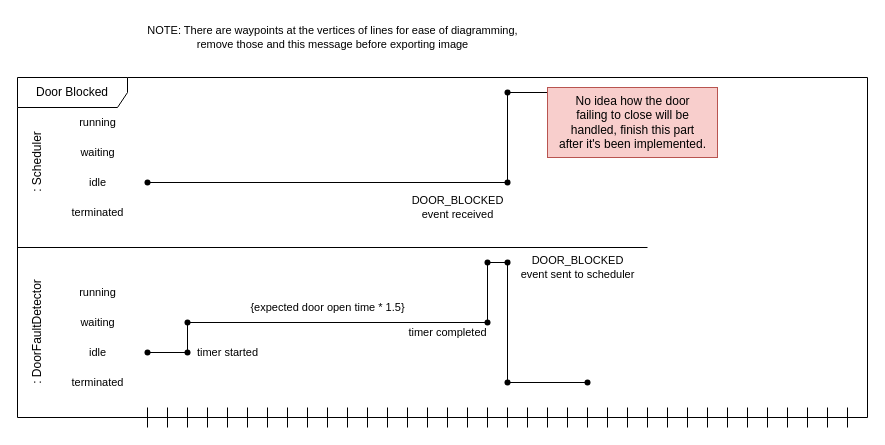
robsim378/sysc_3303_project keeps this draw.io diagram as UML_Diagrams/UML_Timing_Diagram-Door_Blocked.drawio. Above is the earlier version. Source tidied: cells renumbered, new cells numbered last; positions are measured from the earlier drawing's top-left corner, leaving out a move shared by most shapes. Both pictures are drawn from the tidied source at 100%, with x=0, y=0 at pixel (-28, 17).
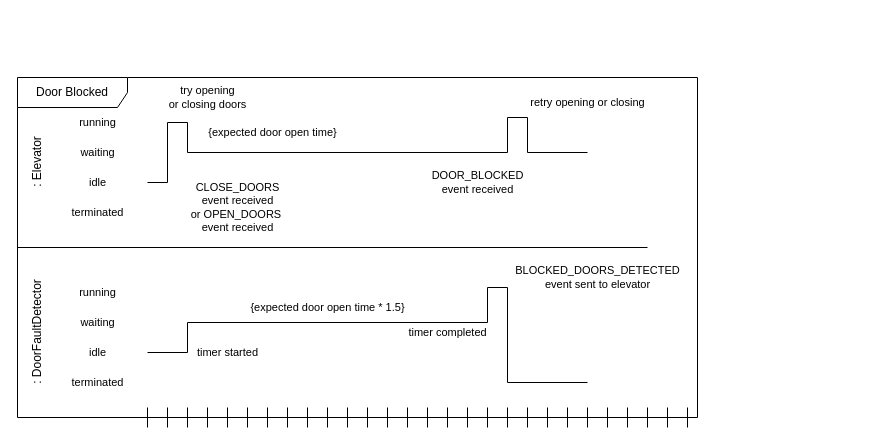
Above is the later version.

Commit message (it also covers changes not shown here):
update doors blocked timing diagram

The edit, as a diff of the source:
```diff
@@
     <mxCell id="2" value="Door Blocked" style="shape=umlFrame;whiteSpace=wrap;html=1;width=110;height=30;" parent="1" vertex="1">
-      <mxGeometry x="45" y="60" width="850" height="340" as="geometry" />
+      <mxGeometry x="45" y="60" width="680" height="340" as="geometry" />
     </mxCell>
@@
-    <mxCell id="21" style="edgeStyle=none;shape=connector;rounded=0;jettySize=auto;html=1;labelBackgroundColor=default;strokeColor=default;fontFamily=Helvetica;fontSize=11;fontColor=default;endArrow=none;endFill=0;exitX=0.517;exitY=0.633;exitDx=0;exitDy=0;exitPerimeter=0;" parent="1" edge="1" source="40" target="41">
-      <mxGeometry relative="1" as="geometry" />
+    <mxCell id="21" style="edgeStyle=none;shape=connector;rounded=0;orthogonalLoop=1;jettySize=auto;html=1;labelBackgroundColor=default;strokeColor=default;fontFamily=Helvetica;fontSize=11;fontColor=default;endArrow=none;endFill=0;exitX=0.517;exitY=0.633;exitDx=0;exitDy=0;exitPerimeter=0;" parent="1" edge="1">
+      <mxGeometry relative="1" as="geometry">
+        <mxPoint x="175" y="335" as="sourcePoint" />
+        <mxPoint x="215" y="335" as="targetPoint" />
+      </mxGeometry>
     </mxCell>
@@
-    <mxCell id="26" style="edgeStyle=none;shape=connector;rounded=0;jettySize=auto;html=1;labelBackgroundColor=default;strokeColor=default;fontFamily=Helvetica;fontSize=11;fontColor=default;endArrow=none;endFill=0;" parent="1" edge="1" source="49" target="52">
-      <mxGeometry relative="1" as="geometry" />
+    <mxCell id="26" style="edgeStyle=none;shape=connector;rounded=0;orthogonalLoop=1;jettySize=auto;html=1;labelBackgroundColor=default;strokeColor=default;fontFamily=Helvetica;fontSize=11;fontColor=default;endArrow=none;endFill=0;" parent="1" edge="1">
+      <mxGeometry relative="1" as="geometry">
+        <mxPoint x="215" y="135" as="sourcePoint" />
+        <mxPoint x="535" y="135" as="targetPoint" />
+      </mxGeometry>
     </mxCell>
-    <mxCell id="27" value="&lt;div&gt;: Scheduler&lt;br&gt;&lt;/div&gt;" style="text;html=1;align=center;verticalAlign=middle;strokeColor=none;fillColor=none;rotation=-90;" parent="1" vertex="1">
-      <mxGeometry x="25" y="130" width="80" height="30" as="geometry" />
+    <mxCell id="27" value="&lt;div&gt;: Elevator&lt;br&gt;&lt;/div&gt;" style="text;html=1;align=center;verticalAlign=middle;strokeColor=none;fillColor=none;rotation=-90;" parent="1" vertex="1">
+      <mxGeometry x="30" y="130" width="70" height="30" as="geometry" />
     </mxCell>
-    <mxCell id="28" style="edgeStyle=none;shape=connector;rounded=0;jettySize=auto;html=1;labelBackgroundColor=default;strokeColor=default;fontFamily=Helvetica;fontSize=11;fontColor=default;endArrow=none;endFill=0;exitX=0.4;exitY=0.433;exitDx=0;exitDy=0;exitPerimeter=0;entryX=0;entryY=0;entryDx=0;entryDy=0;entryPerimeter=0;" parent="1" edge="1" source="43" target="46">
-      <mxGeometry relative="1" as="geometry" />
+    <mxCell id="28" style="edgeStyle=none;shape=connector;rounded=0;orthogonalLoop=1;jettySize=auto;html=1;labelBackgroundColor=default;strokeColor=default;fontFamily=Helvetica;fontSize=11;fontColor=default;endArrow=none;endFill=0;exitX=0.4;exitY=0.433;exitDx=0;exitDy=0;exitPerimeter=0;entryX=0;entryY=0;entryDx=0;entryDy=0;entryPerimeter=0;" parent="1" edge="1">
+      <mxGeometry relative="1" as="geometry">
+        <mxPoint x="215" y="305" as="sourcePoint" />
+        <mxPoint x="515" y="305" as="targetPoint" />
+      </mxGeometry>
     </mxCell>
@@
-    <mxCell id="30" style="edgeStyle=none;shape=connector;rounded=0;jettySize=auto;html=1;labelBackgroundColor=default;strokeColor=default;fontFamily=Helvetica;fontSize=11;fontColor=default;endArrow=none;endFill=0;" parent="1" edge="1" source="46" target="48">
-      <mxGeometry relative="1" as="geometry" />
+    <mxCell id="30" style="edgeStyle=none;shape=connector;rounded=0;orthogonalLoop=1;jettySize=auto;html=1;labelBackgroundColor=default;strokeColor=default;fontFamily=Helvetica;fontSize=11;fontColor=default;endArrow=none;endFill=0;" parent="1" edge="1">
+      <mxGeometry relative="1" as="geometry">
+        <mxPoint x="515" y="305" as="sourcePoint" />
+        <mxPoint x="515" y="270" as="targetPoint" />
+      </mxGeometry>
     </mxCell>
@@
-    <mxCell id="32" style="edgeStyle=none;shape=connector;rounded=0;jettySize=auto;html=1;labelBackgroundColor=default;strokeColor=default;fontFamily=Helvetica;fontSize=11;fontColor=default;endArrow=none;endFill=0;exitX=0.383;exitY=0.433;exitDx=0;exitDy=0;exitPerimeter=0;" parent="1" edge="1" source="48" target="44">
-      <mxGeometry relative="1" as="geometry" />
+    <mxCell id="32" style="edgeStyle=none;shape=connector;rounded=0;orthogonalLoop=1;jettySize=auto;html=1;labelBackgroundColor=default;strokeColor=default;fontFamily=Helvetica;fontSize=11;fontColor=default;endArrow=none;endFill=0;exitX=0.383;exitY=0.433;exitDx=0;exitDy=0;exitPerimeter=0;" parent="1" edge="1">
+      <mxGeometry relative="1" as="geometry">
+        <mxPoint x="515" y="270" as="sourcePoint" />
+        <mxPoint x="535" y="270" as="targetPoint" />
+      </mxGeometry>
     </mxCell>
-    <mxCell id="33" style="edgeStyle=none;shape=connector;rounded=0;jettySize=auto;html=1;labelBackgroundColor=default;strokeColor=default;fontFamily=Helvetica;fontSize=11;fontColor=default;endArrow=none;endFill=0;" parent="1" edge="1" source="44" target="47">
-      <mxGeometry relative="1" as="geometry" />
+    <mxCell id="33" style="edgeStyle=none;shape=connector;rounded=0;orthogonalLoop=1;jettySize=auto;html=1;labelBackgroundColor=default;strokeColor=default;fontFamily=Helvetica;fontSize=11;fontColor=default;endArrow=none;endFill=0;" parent="1" edge="1">
+      <mxGeometry relative="1" as="geometry">
+        <mxPoint x="535" y="270" as="sourcePoint" />
+        <mxPoint x="535" y="365" as="targetPoint" />
+      </mxGeometry>
     </mxCell>
-    <mxCell id="34" value="&lt;div&gt;DOOR_BLOCKED&lt;/div&gt;&lt;div&gt;event sent to scheduler&lt;br&gt;&lt;/div&gt;" style="text;html=1;align=center;verticalAlign=middle;strokeColor=none;fillColor=none;fontSize=11;fontFamily=Helvetica;fontColor=default;" parent="1" vertex="1">
-      <mxGeometry x="535" y="230" width="140" height="40" as="geometry" />
+    <mxCell id="34" value="&lt;div&gt;BLOCKED_DOORS_DETECTED&lt;/div&gt;&lt;div&gt;event sent to elevator&lt;br&gt;&lt;/div&gt;" style="text;html=1;align=center;verticalAlign=middle;strokeColor=none;fillColor=none;fontSize=11;fontFamily=Helvetica;fontColor=default;" parent="1" vertex="1">
+      <mxGeometry x="530" y="240" width="190" height="40" as="geometry" />
     </mxCell>
@@
-    <mxCell id="36" style="edgeStyle=none;shape=connector;rounded=0;jettySize=auto;html=1;labelBackgroundColor=default;strokeColor=default;fontFamily=Helvetica;fontSize=11;fontColor=default;endArrow=none;endFill=0;exitX=0.664;exitY=0.544;exitDx=0;exitDy=0;exitPerimeter=0;" parent="1" edge="1" source="52" target="51">
-      <mxGeometry relative="1" as="geometry" />
+    <mxCell id="36" style="edgeStyle=none;shape=connector;rounded=0;orthogonalLoop=1;jettySize=auto;html=1;labelBackgroundColor=default;strokeColor=default;fontFamily=Helvetica;fontSize=11;fontColor=default;endArrow=none;endFill=0;exitX=0.664;exitY=0.544;exitDx=0;exitDy=0;exitPerimeter=0;" parent="1" edge="1">
+      <mxGeometry relative="1" as="geometry">
+        <mxPoint x="535" y="135" as="sourcePoint" />
+        <mxPoint x="535" y="100" as="targetPoint" />
+      </mxGeometry>
     </mxCell>
-    <mxCell id="37" style="edgeStyle=none;shape=connector;rounded=0;jettySize=auto;html=1;labelBackgroundColor=default;strokeColor=default;fontFamily=Helvetica;fontSize=11;fontColor=default;endArrow=none;endFill=0;entryX=0.442;entryY=0.419;entryDx=0;entryDy=0;entryPerimeter=0;" parent="1" edge="1" source="51" target="50">
-      <mxGeometry relative="1" as="geometry" />
-    </mxCell>
     <mxCell id="38" value="&lt;div&gt;DOOR_BLOCKED&lt;/div&gt;&lt;div&gt;event received&lt;br&gt;&lt;/div&gt;" style="text;html=1;align=center;verticalAlign=middle;strokeColor=none;fillColor=none;fontSize=11;fontFamily=Helvetica;fontColor=default;" parent="1" vertex="1">
-      <mxGeometry x="425" y="170" width="120" height="40" as="geometry" />
+      <mxGeometry x="445" y="145" width="120" height="40" as="geometry" />
     </mxCell>
-    <mxCell id="39" style="edgeStyle=none;shape=connector;rounded=0;jettySize=auto;html=1;labelBackgroundColor=default;strokeColor=default;fontFamily=Helvetica;fontSize=11;fontColor=default;endArrow=none;endFill=0;exitX=0.371;exitY=0.496;exitDx=0;exitDy=0;exitPerimeter=0;entryX=0.535;entryY=0.621;entryDx=0;entryDy=0;entryPerimeter=0;" parent="1" edge="1" source="47" target="45">
-      <mxGeometry relative="1" as="geometry" />
+    <mxCell id="39" style="edgeStyle=none;shape=connector;rounded=0;orthogonalLoop=1;jettySize=auto;html=1;labelBackgroundColor=default;strokeColor=default;fontFamily=Helvetica;fontSize=11;fontColor=default;endArrow=none;endFill=0;exitX=0.371;exitY=0.496;exitDx=0;exitDy=0;exitPerimeter=0;entryX=0.535;entryY=0.621;entryDx=0;entryDy=0;entryPerimeter=0;" parent="1" edge="1">
+      <mxGeometry relative="1" as="geometry">
+        <mxPoint x="535" y="365" as="sourcePoint" />
+        <mxPoint x="615" y="365" as="targetPoint" />
+      </mxGeometry>
     </mxCell>
-    <mxCell id="40" style="shape=waypoint;sketch=0;fillStyle=solid;size=6;points=[];fillColor=none;perimeter=centerPerimeter;snapToPoint=1;fontFamily=Helvetica;fontSize=11;fontColor=default;" parent="1" vertex="1">
-      <mxGeometry x="165" y="325" width="20" height="20" as="geometry" />
-    </mxCell>
-    <mxCell id="41" style="shape=waypoint;sketch=0;fillStyle=solid;size=6;points=[];fillColor=none;perimeter=centerPerimeter;snapToPoint=1;fontFamily=Helvetica;fontSize=11;fontColor=default;" parent="1" vertex="1">
-      <mxGeometry x="205" y="325" width="20" height="20" as="geometry" />
-    </mxCell>
-    <mxCell id="42" style="edgeStyle=none;shape=connector;rounded=0;jettySize=auto;html=1;labelBackgroundColor=default;strokeColor=default;fontFamily=Helvetica;fontSize=11;fontColor=default;endArrow=none;endFill=0;exitX=0.667;exitY=0.6;exitDx=0;exitDy=0;exitPerimeter=0;" parent="1" edge="1" source="41" target="43">
-      <mxGeometry relative="1" as="geometry" />
+    <mxCell id="42" style="edgeStyle=none;shape=connector;rounded=0;orthogonalLoop=1;jettySize=auto;html=1;labelBackgroundColor=default;strokeColor=default;fontFamily=Helvetica;fontSize=11;fontColor=default;endArrow=none;endFill=0;exitX=0.667;exitY=0.6;exitDx=0;exitDy=0;exitPerimeter=0;" parent="1" edge="1">
+      <mxGeometry relative="1" as="geometry">
+        <mxPoint x="215" y="335" as="sourcePoint" />
+        <mxPoint x="215" y="305" as="targetPoint" />
+      </mxGeometry>
     </mxCell>
-    <mxCell id="43" style="shape=waypoint;sketch=0;fillStyle=solid;size=6;points=[];fillColor=none;perimeter=centerPerimeter;snapToPoint=1;fontFamily=Helvetica;fontSize=11;fontColor=default;" parent="1" vertex="1">
-      <mxGeometry x="205" y="295" width="20" height="20" as="geometry" />
-    </mxCell>
-    <mxCell id="44" style="shape=waypoint;sketch=0;fillStyle=solid;size=6;points=[];fillColor=none;perimeter=centerPerimeter;snapToPoint=1;fontFamily=Helvetica;fontSize=11;fontColor=default;" parent="1" vertex="1">
-      <mxGeometry x="525" y="235" width="20" height="20" as="geometry" />
-    </mxCell>
-    <mxCell id="45" style="shape=waypoint;sketch=0;fillStyle=solid;size=6;points=[];fillColor=none;perimeter=centerPerimeter;snapToPoint=1;fontFamily=Helvetica;fontSize=11;fontColor=default;" parent="1" vertex="1">
-      <mxGeometry x="605" y="355" width="20" height="20" as="geometry" />
-    </mxCell>
-    <mxCell id="46" style="shape=waypoint;sketch=0;fillStyle=solid;size=6;points=[];fillColor=none;perimeter=centerPerimeter;snapToPoint=1;fontFamily=Helvetica;fontSize=11;fontColor=default;" parent="1" vertex="1">
-      <mxGeometry x="505" y="295" width="20" height="20" as="geometry" />
-    </mxCell>
-    <mxCell id="47" style="shape=waypoint;sketch=0;fillStyle=solid;size=6;points=[];fillColor=none;perimeter=centerPerimeter;snapToPoint=1;fontFamily=Helvetica;fontSize=11;fontColor=default;" parent="1" vertex="1">
-      <mxGeometry x="525" y="355" width="20" height="20" as="geometry" />
-    </mxCell>
-    <mxCell id="48" style="shape=waypoint;sketch=0;fillStyle=solid;size=6;points=[];fillColor=none;perimeter=centerPerimeter;snapToPoint=1;fontFamily=Helvetica;fontSize=11;fontColor=default;" parent="1" vertex="1">
-      <mxGeometry x="505" y="235" width="20" height="20" as="geometry" />
-    </mxCell>
-    <mxCell id="49" style="shape=waypoint;sketch=0;fillStyle=solid;size=6;points=[];fillColor=none;perimeter=centerPerimeter;snapToPoint=1;fontFamily=Helvetica;fontSize=11;fontColor=default;" parent="1" vertex="1">
-      <mxGeometry x="165" y="155" width="20" height="20" as="geometry" />
-    </mxCell>
-    <mxCell id="50" style="shape=waypoint;sketch=0;fillStyle=solid;size=6;points=[];fillColor=none;perimeter=centerPerimeter;snapToPoint=1;fontFamily=Helvetica;fontSize=11;fontColor=default;" parent="1" vertex="1">
-      <mxGeometry x="605" y="65" width="20" height="20" as="geometry" />
-    </mxCell>
-    <mxCell id="51" style="shape=waypoint;sketch=0;fillStyle=solid;size=6;points=[];fillColor=none;perimeter=centerPerimeter;snapToPoint=1;fontFamily=Helvetica;fontSize=11;fontColor=default;" parent="1" vertex="1">
-      <mxGeometry x="525" y="65" width="20" height="20" as="geometry" />
-    </mxCell>
-    <mxCell id="52" style="shape=waypoint;sketch=0;fillStyle=solid;size=6;points=[];fillColor=none;perimeter=centerPerimeter;snapToPoint=1;fontFamily=Helvetica;fontSize=11;fontColor=default;" parent="1" vertex="1">
-      <mxGeometry x="525" y="155" width="20" height="20" as="geometry" />
-    </mxCell>
-    <mxCell id="53" value="&lt;div&gt;NOTE: There are waypoints at the vertices of lines for ease of diagramming, &lt;br&gt;&lt;/div&gt;&lt;div&gt;remove those and this message before exporting image&lt;/div&gt;" style="text;html=1;align=center;verticalAlign=middle;strokeColor=none;fillColor=none;fontSize=11;fontFamily=Helvetica;fontColor=default;" parent="1" vertex="1">
-      <mxGeometry x="165" width="390" height="40" as="geometry" />
-    </mxCell>
+    <mxCell id="61" style="edgeStyle=orthogonalEdgeStyle;rounded=0;orthogonalLoop=1;jettySize=auto;html=1;endArrow=none;endFill=0;" parent="1" edge="1">
+      <mxGeometry relative="1" as="geometry">
+        <mxPoint x="555" y="100" as="sourcePoint" />
+        <mxPoint x="555" y="135" as="targetPoint" />
+      </mxGeometry>
+    </mxCell>
+    <mxCell id="62" style="edgeStyle=orthogonalEdgeStyle;rounded=0;orthogonalLoop=1;jettySize=auto;html=1;entryX=0.57;entryY=0.626;entryDx=0;entryDy=0;entryPerimeter=0;endArrow=none;endFill=0;" parent="1" edge="1">
+      <mxGeometry relative="1" as="geometry">
+        <mxPoint x="535" y="100" as="sourcePoint" />
+        <mxPoint x="555" y="100" as="targetPoint" />
+      </mxGeometry>
+    </mxCell>
@@
-    <mxCell id="56" style="shape=crossbar;whiteSpace=wrap;html=1;rounded=1;" parent="1" vertex="1">
-      <mxGeometry x="735" y="390" width="20" height="20" as="geometry" />
-    </mxCell>
-    <mxCell id="57" style="shape=crossbar;whiteSpace=wrap;html=1;rounded=1;" parent="1" vertex="1">
-      <mxGeometry x="775" y="390" width="20" height="20" as="geometry" />
-    </mxCell>
-    <mxCell id="58" style="shape=crossbar;whiteSpace=wrap;html=1;rounded=1;" parent="1" vertex="1">
-      <mxGeometry x="815" y="390" width="20" height="20" as="geometry" />
-    </mxCell>
-    <mxCell id="59" style="shape=crossbar;whiteSpace=wrap;html=1;rounded=1;" parent="1" vertex="1">
-      <mxGeometry x="855" y="390" width="20" height="20" as="geometry" />
-    </mxCell>
-    <mxCell id="60" value="&lt;div&gt;No idea how the door&lt;/div&gt;&lt;div&gt;failing to close will be&lt;/div&gt;&lt;div&gt;handled, finish this part&lt;/div&gt;&lt;div&gt;after it's been implemented.&lt;br&gt;&lt;/div&gt;" style="text;html=1;align=center;verticalAlign=middle;strokeColor=#b85450;fillColor=#f8cecc;" parent="1" vertex="1">
-      <mxGeometry x="575" y="70" width="170" height="70" as="geometry" />
-    </mxCell>
+    <mxCell id="63" value="&lt;div&gt;CLOSE_DOORS&lt;/div&gt;&lt;div&gt;event received&lt;/div&gt;&lt;div&gt;or OPEN_DOORS&amp;nbsp;&lt;/div&gt;&lt;div&gt;event received&lt;/div&gt;" style="text;html=1;align=center;verticalAlign=middle;strokeColor=none;fillColor=none;fontSize=11;fontFamily=Helvetica;fontColor=default;" parent="1" vertex="1">
+      <mxGeometry x="205" y="155" width="120" height="70" as="geometry" />
+    </mxCell>
+    <mxCell id="64" style="edgeStyle=orthogonalEdgeStyle;rounded=0;orthogonalLoop=1;jettySize=auto;html=1;endArrow=none;endFill=0;entryX=0.536;entryY=0.4;entryDx=0;entryDy=0;entryPerimeter=0;" parent="1" edge="1">
+      <mxGeometry relative="1" as="geometry">
+        <mxPoint x="195" y="105" as="sourcePoint" />
+        <mxPoint x="195" y="165" as="targetPoint" />
+      </mxGeometry>
+    </mxCell>
+    <mxCell id="65" style="edgeStyle=orthogonalEdgeStyle;rounded=0;orthogonalLoop=1;jettySize=auto;html=1;endArrow=none;endFill=0;exitX=0.394;exitY=0.497;exitDx=0;exitDy=0;exitPerimeter=0;" parent="1" edge="1">
+      <mxGeometry relative="1" as="geometry">
+        <mxPoint x="195" y="165" as="sourcePoint" />
+        <mxPoint x="175" y="165" as="targetPoint" />
+      </mxGeometry>
+    </mxCell>
+    <mxCell id="66" value="try opening &lt;br&gt;or closing doors" style="text;html=1;align=center;verticalAlign=middle;strokeColor=none;fillColor=none;fontSize=11;fontFamily=Helvetica;fontColor=default;" parent="1" vertex="1">
+      <mxGeometry x="185" y="60" width="100" height="40" as="geometry" />
+    </mxCell>
+    <mxCell id="67" style="edgeStyle=orthogonalEdgeStyle;rounded=0;orthogonalLoop=1;jettySize=auto;html=1;endArrow=none;endFill=0;" parent="1" edge="1">
+      <mxGeometry relative="1" as="geometry">
+        <mxPoint x="215" y="105" as="sourcePoint" />
+        <mxPoint x="195" y="105" as="targetPoint" />
+      </mxGeometry>
+    </mxCell>
+    <mxCell id="68" style="edgeStyle=orthogonalEdgeStyle;rounded=0;orthogonalLoop=1;jettySize=auto;html=1;endArrow=none;endFill=0;" parent="1" edge="1">
+      <mxGeometry relative="1" as="geometry">
+        <mxPoint x="215" y="105" as="sourcePoint" />
+        <mxPoint x="215" y="135" as="targetPoint" />
+      </mxGeometry>
+    </mxCell>
+    <mxCell id="69" value="{expected door open time}" style="text;html=1;align=center;verticalAlign=middle;strokeColor=none;fillColor=none;fontSize=11;fontFamily=Helvetica;fontColor=default;" parent="1" vertex="1">
+      <mxGeometry x="225" y="100" width="150" height="30" as="geometry" />
+    </mxCell>
+    <mxCell id="70" style="edgeStyle=orthogonalEdgeStyle;rounded=0;orthogonalLoop=1;jettySize=auto;html=1;endArrow=none;endFill=0;" parent="1" edge="1">
+      <mxGeometry relative="1" as="geometry">
+        <mxPoint x="555" y="135" as="sourcePoint" />
+        <mxPoint x="615" y="135" as="targetPoint" />
+      </mxGeometry>
+    </mxCell>
+    <mxCell id="71" value="retry opening or closing" style="text;html=1;align=center;verticalAlign=middle;strokeColor=none;fillColor=none;fontSize=11;fontFamily=Helvetica;fontColor=default;" parent="1" vertex="1">
+      <mxGeometry x="545" y="70" width="140" height="30" as="geometry" />
+    </mxCell>
```
